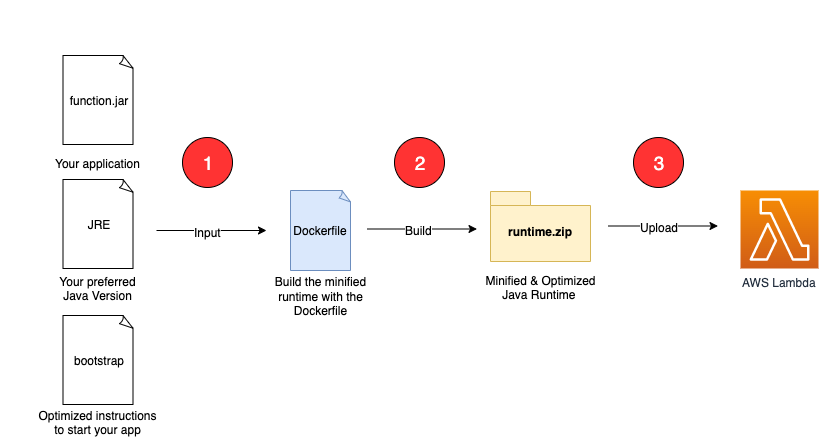
The draw.io diagram docs/overview.png in aws-samples/aws-lambda-java-custom-runtime, before a commit. Source tidied: cells renumbered, new cells last; positions are measured from the earlier drawing's top-left corner, leaving out a move shared by most shapes.
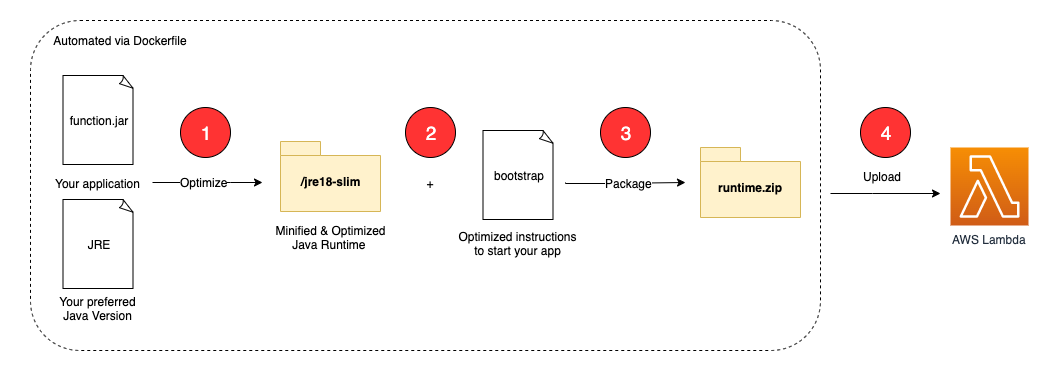
The same diagram one commit later.

Commit message:
Adapted overview

Diff of the diagram source:
```diff
@@ -2,83 +2,110 @@
   <root>
     <mxCell id="0" />
     <mxCell id="1" parent="0" />
-    <mxCell id="2" value="Dockerfile" style="whiteSpace=wrap;html=1;shape=mxgraph.basic.document;fillColor=#dae8fc;strokeColor=#6c8ebf;" parent="1" vertex="1">
-      <mxGeometry x="290" y="190" width="60" height="80" as="geometry" />
+    <mxCell id="2" style="rounded=1;whiteSpace=wrap;html=1;fillColor=none;dashed=1;" parent="1" vertex="1">
+      <mxGeometry x="30" width="790" height="330" as="geometry" />
     </mxCell>
-    <mxCell id="3" value="&lt;br&gt;Build the minified runtime with the Dockerfile" style="text;html=1;strokeColor=none;fillColor=none;align=center;verticalAlign=middle;whiteSpace=wrap;rounded=0;" parent="1" vertex="1">
-      <mxGeometry x="252.5" y="270" width="135" height="37" as="geometry" />
+    <mxCell id="3" value="runtime.zip" style="shape=folder;fontStyle=1;spacingTop=10;tabWidth=40;tabHeight=14;tabPosition=left;html=1;fillColor=#fff2cc;strokeColor=#d6b656;" parent="1" vertex="1">
+      <mxGeometry x="700" y="127" width="100" height="70" as="geometry" />
     </mxCell>
-    <mxCell id="4" value="runtime.zip" style="shape=folder;fontStyle=1;spacingTop=10;tabWidth=40;tabHeight=14;tabPosition=left;html=1;fillColor=#fff2cc;strokeColor=#d6b656;" parent="1" vertex="1">
-      <mxGeometry x="490" y="191" width="100" height="70" as="geometry" />
+    <mxCell id="4" value="Minified &amp;amp; Optimized Java Runtime&amp;nbsp;" style="text;html=1;strokeColor=none;fillColor=none;align=center;verticalAlign=middle;whiteSpace=wrap;rounded=0;" parent="1" vertex="1">
+      <mxGeometry x="262.5" y="199" width="135" height="37" as="geometry" />
     </mxCell>
-    <mxCell id="5" value="Minified &amp;amp; Optimized Java Runtime&amp;nbsp;" style="text;html=1;strokeColor=none;fillColor=none;align=center;verticalAlign=middle;whiteSpace=wrap;rounded=0;" parent="1" vertex="1">
-      <mxGeometry x="472.5" y="269" width="135" height="37" as="geometry" />
+    <mxCell id="5" value="Optimized instructions&lt;br&gt;to start your app" style="text;html=1;strokeColor=none;fillColor=none;align=center;verticalAlign=middle;whiteSpace=wrap;rounded=0;" parent="1" vertex="1">
+      <mxGeometry x="450" y="205" width="135" height="37" as="geometry" />
     </mxCell>
-    <mxCell id="6" value="Optimized instructions&lt;br&gt;to start your app" style="text;html=1;strokeColor=none;fillColor=none;align=center;verticalAlign=middle;whiteSpace=wrap;rounded=0;" parent="1" vertex="1">
-      <mxGeometry x="30" y="404" width="135" height="37" as="geometry" />
+    <mxCell id="6" value="Your application" style="text;html=1;strokeColor=none;fillColor=none;align=center;verticalAlign=middle;whiteSpace=wrap;rounded=0;" parent="1" vertex="1">
+      <mxGeometry x="30" y="144" width="135" height="37" as="geometry" />
     </mxCell>
-    <mxCell id="7" value="Your application" style="text;html=1;strokeColor=none;fillColor=none;align=center;verticalAlign=middle;whiteSpace=wrap;rounded=0;" parent="1" vertex="1">
-      <mxGeometry x="30" y="144" width="135" height="37" as="geometry" />
+    <mxCell id="7" style="edgeStyle=orthogonalEdgeStyle;rounded=0;orthogonalLoop=1;jettySize=auto;html=1;" parent="1" edge="1">
+      <mxGeometry relative="1" as="geometry">
+        <mxPoint x="152" y="162" as="sourcePoint" />
+        <mxPoint x="262" y="162" as="targetPoint" />
+        <Array as="points">
+          <mxPoint x="230" y="162" />
+          <mxPoint x="230" y="162" />
+        </Array>
+      </mxGeometry>
     </mxCell>
-    <mxCell id="8" style="edgeStyle=orthogonalEdgeStyle;rounded=0;orthogonalLoop=1;jettySize=auto;html=1;" parent="1" edge="1">
-      <mxGeometry relative="1" as="geometry">
-        <mxPoint x="156" y="230" as="sourcePoint" />
-        <mxPoint x="266" y="230" as="targetPoint" />
+    <mxCell id="8" value="Optimize" style="text;html=1;align=center;verticalAlign=middle;labelBackgroundColor=#ffffff;" parent="7" vertex="1">
+      <mxGeometry x="-0.07" relative="1" as="geometry">
+        <mxPoint y="-1" as="offset" />
       </mxGeometry>
     </mxCell>
-    <mxCell id="9" value="Input" style="text;html=1;align=center;verticalAlign=middle;labelBackgroundColor=#ffffff;" parent="8" vertex="1">
-      <mxGeometry x="-0.07" relative="1" as="geometry">
-        <mxPoint y="1" as="offset" />
-      </mxGeometry>
+    <mxCell id="9" value="JRE" style="whiteSpace=wrap;html=1;shape=mxgraph.basic.document;" parent="1" vertex="1">
+      <mxGeometry x="62.5" y="179" width="70" height="89" as="geometry" />
     </mxCell>
-    <mxCell id="10" value="JRE" style="whiteSpace=wrap;html=1;shape=mxgraph.basic.document;" parent="1" vertex="1">
-      <mxGeometry x="62.5" y="179" width="70" height="89" as="geometry" />
+    <mxCell id="10" value="Your preferred&lt;br&gt;Java Version" style="text;html=1;strokeColor=none;fillColor=none;align=center;verticalAlign=middle;whiteSpace=wrap;rounded=0;" parent="1" vertex="1">
+      <mxGeometry x="30" y="270" width="135" height="37" as="geometry" />
     </mxCell>
-    <mxCell id="11" value="Your preferred&lt;br&gt;Java Version" style="text;html=1;strokeColor=none;fillColor=none;align=center;verticalAlign=middle;whiteSpace=wrap;rounded=0;" parent="1" vertex="1">
-      <mxGeometry x="30" y="270" width="135" height="37" as="geometry" />
+    <mxCell id="11" value="AWS Lambda" style="fontColor=#232F3E;gradientColor=#F78E04;gradientDirection=north;fillColor=#D05C17;strokeColor=#ffffff;dashed=0;verticalLabelPosition=bottom;verticalAlign=top;align=center;html=1;fontSize=12;fontStyle=0;shape=mxgraph.aws4.resourceIcon;resIcon=mxgraph.aws4.lambda;" parent="1" vertex="1">
+      <mxGeometry x="950" y="127" width="78" height="78" as="geometry" />
     </mxCell>
-    <mxCell id="12" value="AWS Lambda" style="fontColor=#232F3E;gradientColor=#F78E04;gradientDirection=north;fillColor=#D05C17;strokeColor=#ffffff;dashed=0;verticalLabelPosition=bottom;verticalAlign=top;align=center;html=1;fontSize=12;fontStyle=0;shape=mxgraph.aws4.resourceIcon;resIcon=mxgraph.aws4.lambda;" parent="1" vertex="1">
-      <mxGeometry x="740" y="190" width="78" height="78" as="geometry" />
+    <mxCell id="12" style="edgeStyle=orthogonalEdgeStyle;rounded=0;orthogonalLoop=1;jettySize=auto;html=1;" parent="1" edge="1">
+      <mxGeometry relative="1" as="geometry">
+        <mxPoint x="830" y="173" as="sourcePoint" />
+        <mxPoint x="940" y="173" as="targetPoint" />
+        <Array as="points">
+          <mxPoint x="872" y="173" />
+          <mxPoint x="872" y="173" />
+        </Array>
+      </mxGeometry>
     </mxCell>
-    <mxCell id="13" style="edgeStyle=orthogonalEdgeStyle;rounded=0;orthogonalLoop=1;jettySize=auto;html=1;" parent="1" edge="1">
-      <mxGeometry relative="1" as="geometry">
-        <mxPoint x="366.5" y="228.5" as="sourcePoint" />
-        <mxPoint x="476.5" y="228.5" as="targetPoint" />
+    <mxCell id="13" value="Upload" style="text;html=1;align=center;verticalAlign=middle;labelBackgroundColor=#ffffff;" parent="12" vertex="1">
+      <mxGeometry x="-0.07" relative="1" as="geometry">
+        <mxPoint y="-17.4" as="offset" />
       </mxGeometry>
     </mxCell>
-    <mxCell id="14" value="Build" style="text;html=1;align=center;verticalAlign=middle;labelBackgroundColor=#ffffff;" parent="13" vertex="1">
-      <mxGeometry x="-0.07" relative="1" as="geometry">
-        <mxPoint y="1" as="offset" />
-      </mxGeometry>
+    <mxCell id="14" value="&lt;font color=&quot;#ffffff&quot; style=&quot;font-size: 19px&quot;&gt;1&lt;/font&gt;" style="ellipse;whiteSpace=wrap;html=1;fillColor=#ff3333;" parent="1" vertex="1">
+      <mxGeometry x="180" y="87" width="50" height="50" as="geometry" />
     </mxCell>
-    <mxCell id="15" style="edgeStyle=orthogonalEdgeStyle;rounded=0;orthogonalLoop=1;jettySize=auto;html=1;" parent="1" edge="1">
-      <mxGeometry relative="1" as="geometry">
-        <mxPoint x="607.5" y="225.5" as="sourcePoint" />
-        <mxPoint x="717.5" y="225.5" as="targetPoint" />
-      </mxGeometry>
+    <mxCell id="15" value="&lt;font color=&quot;#ffffff&quot; style=&quot;font-size: 19px&quot;&gt;3&lt;/font&gt;" style="ellipse;whiteSpace=wrap;html=1;fillColor=#ff3333;" parent="1" vertex="1">
+      <mxGeometry x="600" y="87" width="50" height="50" as="geometry" />
     </mxCell>
-    <mxCell id="16" value="Upload" style="text;html=1;align=center;verticalAlign=middle;labelBackgroundColor=#ffffff;" parent="15" vertex="1">
-      <mxGeometry x="-0.07" relative="1" as="geometry">
-        <mxPoint y="1" as="offset" />
-      </mxGeometry>
+    <mxCell id="16" value="&lt;font color=&quot;#ffffff&quot; style=&quot;font-size: 19px&quot;&gt;4&lt;/font&gt;" style="ellipse;whiteSpace=wrap;html=1;fillColor=#ff3333;" parent="1" vertex="1">
+      <mxGeometry x="860" y="87" width="50" height="50" as="geometry" />
     </mxCell>
-    <mxCell id="17" value="&lt;font color=&quot;#ffffff&quot; style=&quot;font-size: 19px&quot;&gt;1&lt;/font&gt;" style="ellipse;whiteSpace=wrap;html=1;fillColor=#ff3333;" parent="1" vertex="1">
-      <mxGeometry x="182" y="137" width="50" height="50" as="geometry" />
+    <mxCell id="17" value="function.jar" style="whiteSpace=wrap;html=1;shape=mxgraph.basic.document;" parent="1" vertex="1">
+      <mxGeometry x="62.5" y="55" width="70" height="89" as="geometry" />
     </mxCell>
-    <mxCell id="18" value="&lt;font color=&quot;#ffffff&quot; style=&quot;font-size: 19px&quot;&gt;2&lt;/font&gt;" style="ellipse;whiteSpace=wrap;html=1;fillColor=#ff3333;" parent="1" vertex="1">
-      <mxGeometry x="394" y="137" width="50" height="50" as="geometry" />
+    <mxCell id="18" value="bootstrap" style="whiteSpace=wrap;html=1;shape=mxgraph.basic.document;" parent="1" vertex="1">
+      <mxGeometry x="482.5" y="110" width="70" height="89" as="geometry" />
     </mxCell>
-    <mxCell id="19" value="&lt;font color=&quot;#ffffff&quot; style=&quot;font-size: 19px&quot;&gt;3&lt;/font&gt;" style="ellipse;whiteSpace=wrap;html=1;fillColor=#ff3333;" parent="1" vertex="1">
-      <mxGeometry x="633" y="137" width="50" height="50" as="geometry" />
+    <mxCell id="19" value="." style="text;html=1;align=center;verticalAlign=middle;whiteSpace=wrap;rounded=0;fontColor=#ffffff;" parent="1" vertex="1">
+      <mxGeometry y="-20" width="40" height="20" as="geometry" />
     </mxCell>
-    <mxCell id="20" value="function.jar" style="whiteSpace=wrap;html=1;shape=mxgraph.basic.document;" parent="1" vertex="1">
-      <mxGeometry x="62.5" y="55" width="70" height="89" as="geometry" />
+    <mxCell id="20" value="/jre18-slim" style="shape=folder;fontStyle=1;spacingTop=10;tabWidth=40;tabHeight=14;tabPosition=left;html=1;fillColor=#fff2cc;strokeColor=#d6b656;" parent="1" vertex="1">
+      <mxGeometry x="280" y="121" width="100" height="70" as="geometry" />
     </mxCell>
-    <mxCell id="21" value="bootstrap" style="whiteSpace=wrap;html=1;shape=mxgraph.basic.document;" parent="1" vertex="1">
-      <mxGeometry x="62.5" y="315" width="70" height="89" as="geometry" />
+    <mxCell id="21" value="+" style="text;html=1;strokeColor=none;fillColor=none;align=center;verticalAlign=middle;whiteSpace=wrap;rounded=0;" parent="1" vertex="1">
+      <mxGeometry x="410" y="152.5" width="40" height="20" as="geometry" />
     </mxCell>
-    <mxCell id="22" value="." style="text;html=1;align=center;verticalAlign=middle;whiteSpace=wrap;rounded=0;fontColor=#ffffff;" parent="1" vertex="1">
-      <mxGeometry width="40" height="20" as="geometry" />
+    <mxCell id="22" style="edgeStyle=orthogonalEdgeStyle;rounded=0;orthogonalLoop=1;jettySize=auto;html=1;" parent="1" edge="1">
+      <mxGeometry relative="1" as="geometry">
+        <mxPoint x="565" y="162" as="sourcePoint" />
+        <mxPoint x="685" y="162" as="targetPoint" />
+        <Array as="points">
+          <mxPoint x="607" y="162.5" />
+          <mxPoint x="607" y="162.5" />
+        </Array>
+      </mxGeometry>
     </mxCell>
+    <mxCell id="23" value="Package" style="text;html=1;align=center;verticalAlign=middle;labelBackgroundColor=#ffffff;" parent="22" vertex="1">
+      <mxGeometry x="-0.07" relative="1" as="geometry">
+        <mxPoint x="8" y="-0.4" as="offset" />
+      </mxGeometry>
+    </mxCell>
+    <mxCell id="24" value="Automated via Dockerfile" style="text;html=1;strokeColor=none;fillColor=none;align=center;verticalAlign=middle;whiteSpace=wrap;rounded=0;" parent="1" vertex="1">
+      <mxGeometry x="50" y="10" width="140" height="20" as="geometry" />
+    </mxCell>
+    <mxCell id="25" value="&lt;font color=&quot;#ffffff&quot; style=&quot;font-size: 19px&quot;&gt;2&lt;/font&gt;" style="ellipse;whiteSpace=wrap;html=1;fillColor=#ff3333;" parent="1" vertex="1">
+      <mxGeometry x="405" y="87" width="50" height="50" as="geometry" />
+    </mxCell>
+    <mxCell id="26" value="." style="text;html=1;align=center;verticalAlign=middle;whiteSpace=wrap;rounded=0;fontColor=#ffffff;" parent="1" vertex="1">
+      <mxGeometry y="330" width="40" height="20" as="geometry" />
+    </mxCell>
+    <mxCell id="27" value="." style="text;html=1;align=center;verticalAlign=middle;whiteSpace=wrap;rounded=0;fontColor=#ffffff;" parent="1" vertex="1">
+      <mxGeometry x="1028" y="152.5" width="22" height="20" as="geometry" />
+    </mxCell>
   </root>
 </mxGraphModel>
```
